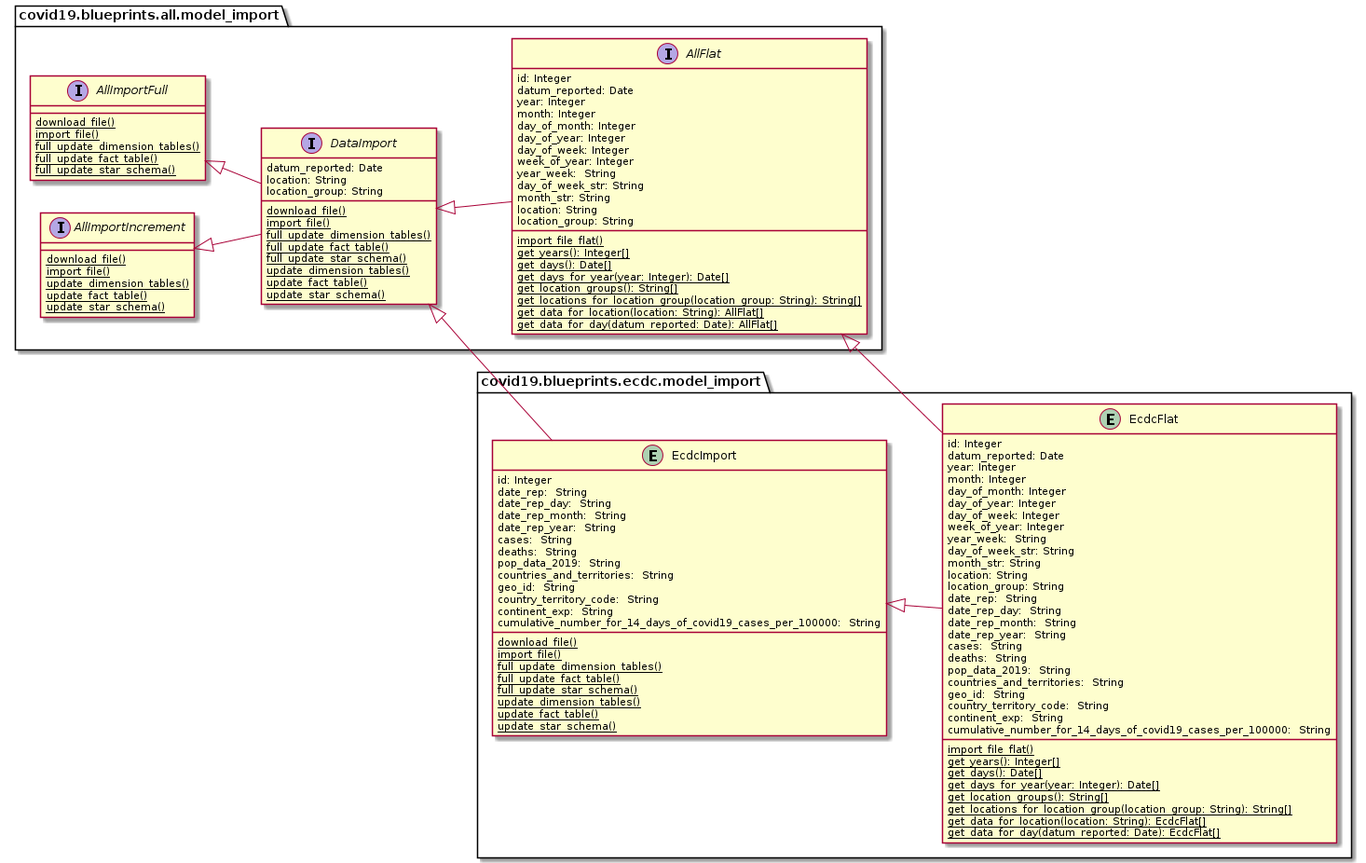
Above: docs/uml/data_ecdc/ecdc_domain_model_import.png in thomaswoehlke/flask_covid19 (PlantUML), before the change.
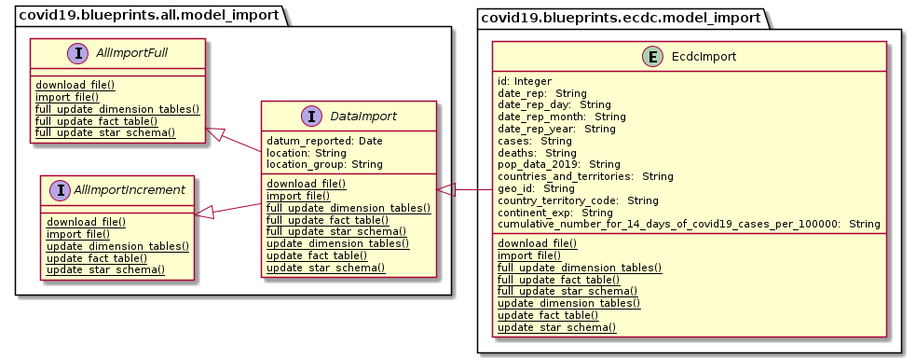
After the change.

Change to the diagram source:
```diff
@@ -32,31 +32,6 @@
 		{classifier} update_fact_table()
 		{classifier} update_star_schema()
 	}
-
-	interface AllFlat {
-	    id: Integer
-	    datum_reported: Date
-	    year: Integer
-	    month: Integer
-	    day_of_month: Integer
-		day_of_year: Integer
-	    day_of_week: Integer
-	    week_of_year: Integer
-	    year_week:  String
-	    day_of_week_str: String
-		month_str: String
-		location: String
-		location_group: String
-		{classifier} import_file_flat()
-		{classifier} get_years(): Integer[]
-		{classifier} get_days(): Date[]
-		{classifier} get_days_for_year(year: Integer): Date[]
-		{classifier} get_location_groups(): String[]
-		{classifier} get_locations_for_location_group(location_group: String): String[]
-		{classifier} get_data_for_location(location: String): AllFlat[]
-		{classifier} get_data_for_day(datum_reported: Date): AllFlat[]
-	}
-
 }
 
 package covid19.blueprints.ecdc.model_import {
@@ -84,51 +59,10 @@
 		{classifier} update_fact_table()
 		{classifier} update_star_schema()
 	}
-
-	entity EcdcFlat {
-	    id: Integer
-	    datum_reported: Date
-	    year: Integer
-	    month: Integer
-	    day_of_month: Integer
-		day_of_year: Integer
-	    day_of_week: Integer
-	    week_of_year: Integer
-	    year_week:  String
-	    day_of_week_str: String
-		month_str: String
-		location: String
-		location_group: String
-		date_rep:  String
-	    date_rep_day:  String
-	    date_rep_month:  String
-	    date_rep_year:  String
-	    cases:  String
-	    deaths:  String
-	    pop_data_2019:  String
-	    countries_and_territories:  String
-	    geo_id:  String
-	    country_territory_code:  String
-	    continent_exp:  String
-	    cumulative_number_for_14_days_of_covid19_cases_per_100000:  String
-		{classifier} import_file_flat()
-		{classifier} get_years(): Integer[]
-		{classifier} get_days(): Date[]
-		{classifier} get_days_for_year(year: Integer): Date[]
-		{classifier} get_location_groups(): String[]
-		{classifier} get_locations_for_location_group(location_group: String): String[]
-		{classifier} get_data_for_location(location: String): EcdcFlat[]
-		{classifier} get_data_for_day(datum_reported: Date): EcdcFlat[]
-	}
-
 }
 
 AllImportFull <|-- DataImport
 AllImportIncrement <|-- DataImport
-DataImport <|-- AllFlat
 DataImport <|-- EcdcImport
-AllFlat <|-- EcdcFlat
-EcdcImport <|-- EcdcFlat
-
 
 @enduml
```
